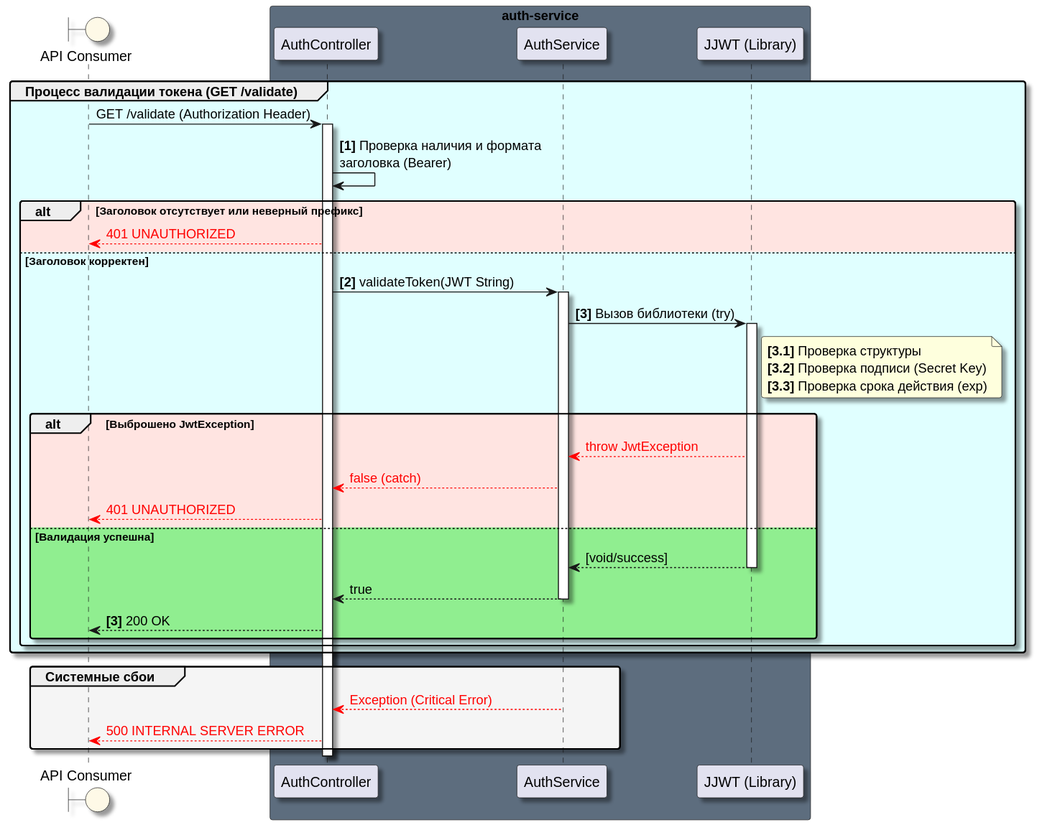
This is Docs/As-is/Diagrams/GET.validate.svg from ni1a207/Healthcare-System, a PlantUML export, as it was before one commit. Source of this version:
```plantuml
@startuml
skinparam Shadowing true
skinparam RoundCorner 5
skinparam MaxMessageSize 250

boundary "API Consumer" as AC #FEF9E7

box "auth-service" #5D6D7E
    participant "AuthController" as Ctrl
    participant "AuthService" as Service
    participant "JJWT (Library)" as Utils
end box

group #LightCyan Процесс валидации токена (GET /validate)
    AC -> Ctrl: GET /validate (Authorization Header)
    activate Ctrl

    Ctrl -> Ctrl: **[1]** Проверка наличия и формата\nзаголовка (Bearer)

    alt #MistyRose Заголовок отсутствует или неверный префикс
        Ctrl --[#red]> AC: <color:#red>401 UNAUTHORIZED</color>
    else #LightCyan Заголовок корректен

        Ctrl -> Service: **[2]** validateToken(JWT String)
        activate Service

        Service -> Utils: **[3]** Вызов библиотеки (try)
        activate Utils

        note right of Utils
          **[3.1]** Проверка структуры
          **[3.2]** Проверка подписи (Secret Key)
          **[3.3]** Проверка срока действия (exp)
        end note

        alt #MistyRose Выброшено JwtException
            Utils --[#red]> Service: <color:#red>throw JwtException</color>
            Service --[#red]> Ctrl: <color:#red>false (catch)</color>
            Ctrl --[#red]> AC: <color:#red>401 UNAUTHORIZED</color>
        else #LightGreen Валидация успешна
            Utils --> Service: [void/success]
            deactivate Utils

            Service --> Ctrl: true
            deactivate Service

            Ctrl --> AC: **[3]** 200 OK
        end
    end
end

group #WhiteSmoke Системные сбои
    Service --[#red]> Ctrl: <color:#red>Exception (Critical Error)</color>
    Ctrl --[#red]> AC: <color:#red>500 INTERNAL SERVER ERROR</color>
end

deactivate Ctrl
@enduml
```
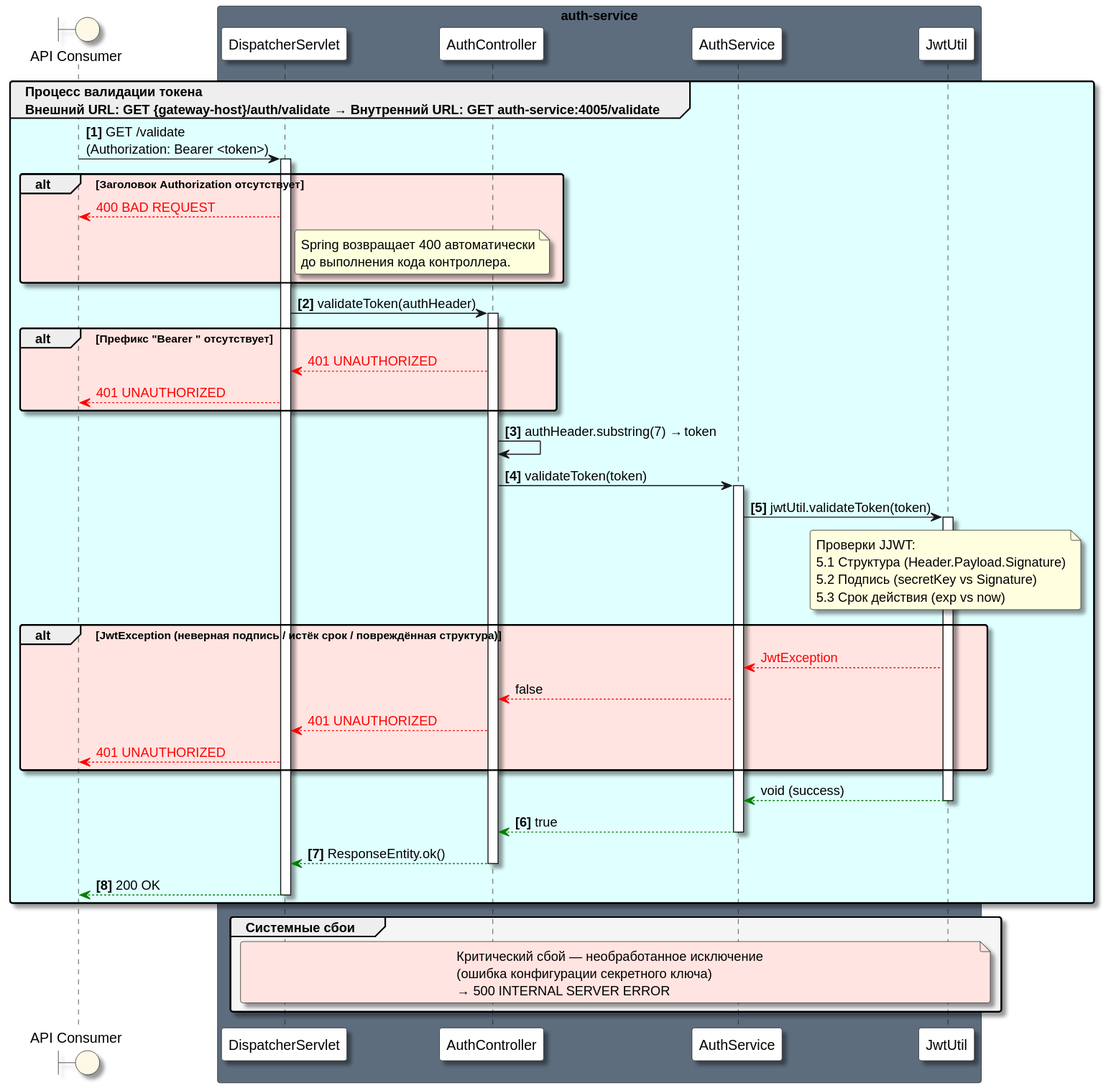
Later version of the same file.

Diff of the diagram source:
```diff
@@ -6,53 +6,53 @@
 boundary "API Consumer" as AC #FEF9E7
 
 box "auth-service" #5D6D7E
-    participant "AuthController" as Ctrl
-    participant "AuthService" as Service
-    participant "JJWT (Library)" as Utils
+    participant "DispatcherServlet" as DS #White
+    participant "AuthController" as Ctrl #White
+    participant "AuthService" as Service #White
+    participant "JwtUtil" as Jwt #White
 end box
 
-group #LightCyan Процесс валидации токена (GET /validate)
-    AC -> Ctrl: GET /validate (Authorization Header)
-    activate Ctrl
+group #LightCyan Процесс валидации токена\nВнешний URL: GET {gateway-host}/auth/validate → Внутренний URL: GET auth-service:4005/validate
 
-    Ctrl -> Ctrl: **[1]** Проверка наличия и формата\nзаголовка (Bearer)
+    AC -> DS ++: **[1]** GET /validate\n(Authorization: Bearer <token>)
 
-    alt #MistyRose Заголовок отсутствует или неверный префикс
-        Ctrl --[#red]> AC: <color:#red>401 UNAUTHORIZED</color>
-    else #LightCyan Заголовок корректен
+    alt #MistyRose Заголовок Authorization отсутствует
+        DS --[#red]> AC: <color:#red>400 BAD REQUEST</color>
+        note right of DS: Spring возвращает 400 автоматически\nдо выполнения кода контроллера.
+    end
 
-        Ctrl -> Service: **[2]** validateToken(JWT String)
-        activate Service
+    DS -> Ctrl ++: **[2]** validateToken(authHeader)
 
-        Service -> Utils: **[3]** Вызов библиотеки (try)
-        activate Utils
+    alt #MistyRose Префикс "Bearer " отсутствует
+        Ctrl --[#red]> DS: <color:#red>401 UNAUTHORIZED</color>
+        DS --[#red]> AC: <color:#red>401 UNAUTHORIZED</color>
+    end
 
-        note right of Utils
-          **[3.1]** Проверка структуры
-          **[3.2]** Проверка подписи (Secret Key)
-          **[3.3]** Проверка срока действия (exp)
-        end note
+    Ctrl -> Ctrl: **[3]** authHeader.substring(7) → token
 
-        alt #MistyRose Выброшено JwtException
-            Utils --[#red]> Service: <color:#red>throw JwtException</color>
-            Service --[#red]> Ctrl: <color:#red>false (catch)</color>
-            Ctrl --[#red]> AC: <color:#red>401 UNAUTHORIZED</color>
-        else #LightGreen Валидация успешна
-            Utils --> Service: [void/success]
-            deactivate Utils
+    Ctrl -> Service ++: **[4]** validateToken(token)
+    Service -> Jwt ++: **[5]** jwtUtil.validateToken(token)
 
-            Service --> Ctrl: true
-            deactivate Service
+    note over Jwt #LightYellow: Проверки JJWT:\n5.1 Структура (Header.Payload.Signature)\n5.2 Подпись (secretKey vs Signature)\n5.3 Срок действия (exp vs now)
 
-            Ctrl --> AC: **[3]** 200 OK
-        end
+    alt #MistyRose JwtException (неверная подпись / истёк срок / повреждённая структура)
+        Jwt --[#red]> Service: <color:#red>JwtException</color>
+        Service --[#red]> Ctrl: false
+        Ctrl --[#red]> DS: <color:#red>401 UNAUTHORIZED</color>
+        DS --[#red]> AC: <color:#red>401 UNAUTHORIZED</color>
     end
+
+    Jwt --[#green]> Service --: void (success)
+
+    Service --[#green]> Ctrl --: **[6]** true
+    Ctrl --[#green]> DS --: **[7]** ResponseEntity.ok()
+    DS --[#green]> AC --: **[8]** 200 OK
+    deactivate Service
+    deactivate Jwt
+
 end
 
 group #WhiteSmoke Системные сбои
-    Service --[#red]> Ctrl: <color:#red>Exception (Critical Error)</color>
-    Ctrl --[#red]> AC: <color:#red>500 INTERNAL SERVER ERROR</color>
+    note over DS, Jwt #FFE4E1: Критический сбой — необработанное исключение\n(ошибка конфигурации секретного ключа)\n→ 500 INTERNAL SERVER ERROR
 end
-
-deactivate Ctrl
 @enduml
```
